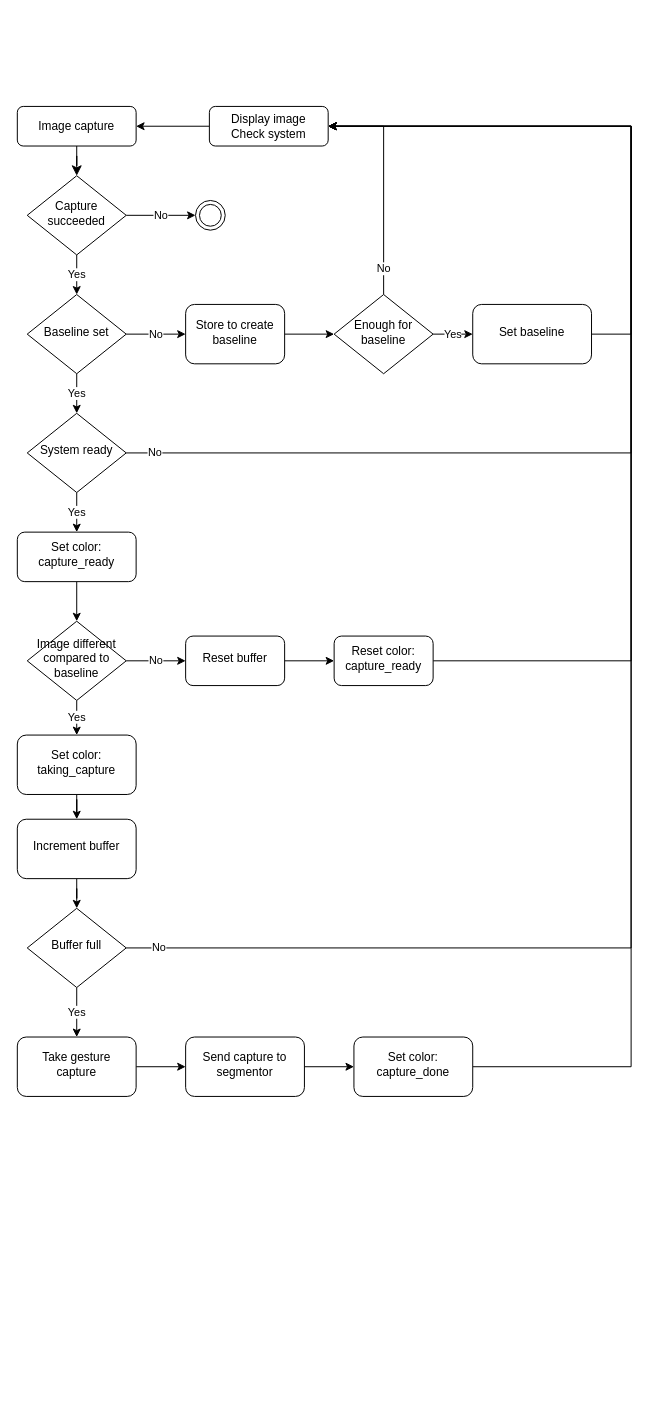
The draw.io diagram flow_diagram.drawio in GreatSharky/CoHSCI, before the edit. Source tidied: cells renumbered, new cells numbered last; positions are measured from the earlier drawing's top-left corner, leaving out a move shared by most shapes. Both pictures are drawn from the tidied source at 99%, with x=0, y=0 at pixel (17, 106).
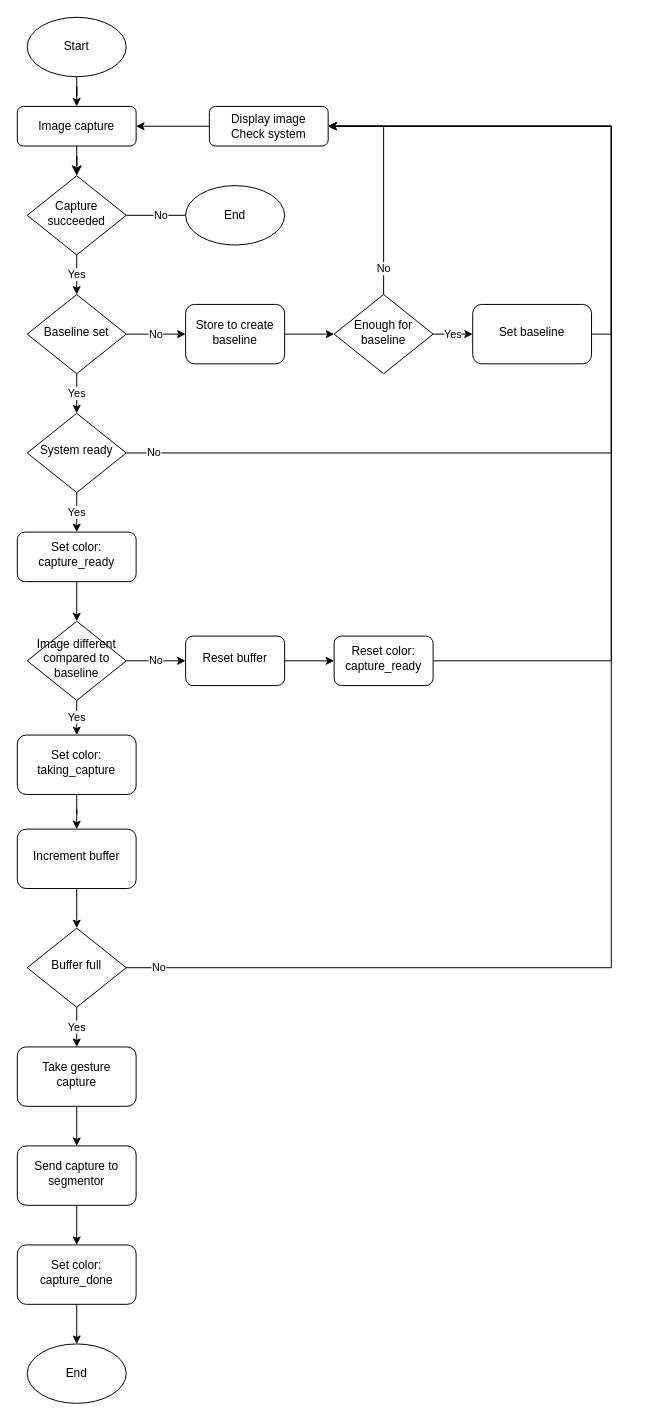
After the change.

The change refers to these unchanged cells:
```xml
<mxCell id="3" value="Image capture" style="rounded=1;whiteSpace=wrap;html=1;fontSize=12;glass=0;strokeWidth=1;shadow=0;" parent="1" vertex="1">
  <mxGeometry width="120" height="40" as="geometry" />
</mxCell>
<mxCell id="6" value="Capture succeeded" style="rhombus;whiteSpace=wrap;html=1;shadow=0;fontFamily=Helvetica;fontSize=12;align=center;strokeWidth=1;spacing=6;spacingTop=-4;" parent="1" vertex="1">
  <mxGeometry x="10" y="70" width="100" height="80" as="geometry" />
</mxCell>
<mxCell id="16" value="Set baseline" style="rounded=1;whiteSpace=wrap;html=1;shadow=0;strokeWidth=1;spacing=6;spacingTop=-4;" parent="1" vertex="1">
  <mxGeometry x="460" y="200" width="120" height="60" as="geometry" />
</mxCell>
<mxCell id="24" value="Reset color: capture_ready" style="rounded=1;whiteSpace=wrap;html=1;shadow=0;strokeWidth=1;spacing=6;spacingTop=-4;" parent="1" vertex="1">
  <mxGeometry x="320" y="535" width="100" height="50" as="geometry" />
</mxCell>
<mxCell id="41" value="Display image&lt;div&gt;Check system&lt;/div&gt;" style="rounded=1;whiteSpace=wrap;html=1;fontSize=12;glass=0;strokeWidth=1;shadow=0;" parent="1" vertex="1">
  <mxGeometry x="194" width="120" height="40" as="geometry" />
</mxCell>
<mxCell id="44" value="System ready" style="rhombus;whiteSpace=wrap;html=1;shadow=0;fontFamily=Helvetica;fontSize=12;align=center;strokeWidth=1;spacing=6;spacingTop=-4;" parent="1" vertex="1">
  <mxGeometry x="10" y="310" width="100" height="80" as="geometry" />
</mxCell>
```

Diff of the diagram source:
```diff
@@
-    <mxCell id="4" value="No" style="edgeStyle=orthogonalEdgeStyle;rounded=0;jettySize=auto;html=1;" parent="1" edge="1" source="6" target="22">
-      <mxGeometry relative="1" as="geometry" />
+    <mxCell id="4" value="No" style="edgeStyle=orthogonalEdgeStyle;rounded=0;jettySize=auto;html=1;" parent="1" edge="1" source="6">
+      <mxGeometry relative="1" as="geometry">
+        <mxPoint x="180" y="110" as="targetPoint" />
+      </mxGeometry>
     </mxCell>
@@
     <mxCell id="15" style="edgeStyle=orthogonalEdgeStyle;rounded=0;jettySize=auto;html=1;" parent="1" edge="1" source="16" target="41">
       <mxGeometry relative="1" as="geometry">
         <Array as="points">
-          <mxPoint x="620" y="230" />
-          <mxPoint x="620" y="20" />
+          <mxPoint x="600" y="230" />
+          <mxPoint x="600" y="20" />
         </Array>
       </mxGeometry>
     </mxCell>
@@
-    <mxCell id="22" style="ellipse;shape=doubleEllipse;whiteSpace=wrap;html=1;fillColor=none;" parent="1" vertex="1">
-      <mxGeometry x="180" y="95" width="30" height="30" as="geometry" />
-    </mxCell>
     <mxCell id="23" style="edgeStyle=orthogonalEdgeStyle;rounded=0;jettySize=auto;html=1;" parent="1" edge="1" source="24" target="41">
       <mxGeometry relative="1" as="geometry">
         <Array as="points">
-          <mxPoint x="620" y="560" />
-          <mxPoint x="620" y="20" />
+          <mxPoint x="600" y="560" />
+          <mxPoint x="600" y="20" />
         </Array>
       </mxGeometry>
     </mxCell>
@@
     <mxCell id="30" value="Increment buffer" style="rounded=1;whiteSpace=wrap;html=1;shadow=0;strokeWidth=1;spacing=6;spacingTop=-4;" parent="1" vertex="1">
-      <mxGeometry y="720" width="120" height="60" as="geometry" />
+      <mxGeometry y="730" width="120" height="60" as="geometry" />
     </mxCell>
     <mxCell id="31" value="No" style="edgeStyle=orthogonalEdgeStyle;rounded=0;jettySize=auto;html=1;" parent="1" edge="1" source="33" target="41">
       <mxGeometry x="-0.96" relative="1" as="geometry">
         <Array as="points">
-          <mxPoint x="620" y="850" />
-          <mxPoint x="620" y="20" />
+          <mxPoint x="600" y="870" />
+          <mxPoint x="600" y="20" />
         </Array>
       </mxGeometry>
     </mxCell>
@@
     <mxCell id="33" value="Buffer full" style="rhombus;whiteSpace=wrap;html=1;shadow=0;fontFamily=Helvetica;fontSize=12;align=center;strokeWidth=1;spacing=6;spacingTop=-4;" parent="1" vertex="1">
-      <mxGeometry x="10" y="810" width="100" height="80" as="geometry" />
+      <mxGeometry x="10" y="830" width="100" height="80" as="geometry" />
     </mxCell>
@@
     <mxCell id="35" value="Take gesture capture" style="rounded=1;whiteSpace=wrap;html=1;shadow=0;strokeWidth=1;spacing=6;spacingTop=-4;" parent="1" vertex="1">
-      <mxGeometry y="940" width="120" height="60" as="geometry" />
+      <mxGeometry y="950" width="120" height="60" as="geometry" />
     </mxCell>
@@
     <mxCell id="37" value="Send capture to segmentor" style="rounded=1;whiteSpace=wrap;html=1;shadow=0;strokeWidth=1;spacing=6;spacingTop=-4;" parent="1" vertex="1">
-      <mxGeometry x="170" y="940" width="120" height="60" as="geometry" />
+      <mxGeometry y="1050" width="120" height="60" as="geometry" />
     </mxCell>
-    <mxCell id="38" style="edgeStyle=orthogonalEdgeStyle;rounded=0;jettySize=auto;html=1;" parent="1" edge="1" source="39" target="41">
-      <mxGeometry relative="1" as="geometry">
-        <Array as="points">
-          <mxPoint x="620" y="970" />
-          <mxPoint x="620" y="20" />
-        </Array>
-      </mxGeometry>
-    </mxCell>
+    <mxCell id="45" style="edgeStyle=orthogonalEdgeStyle;rounded=0;jettySize=auto;html=1;" parent="1" edge="1" source="39" target="49">
+      <mxGeometry relative="1" as="geometry" />
+    </mxCell>
     <mxCell id="39" value="Set color: capture_done" style="rounded=1;whiteSpace=wrap;html=1;shadow=0;strokeWidth=1;spacing=6;spacingTop=-4;" parent="1" vertex="1">
-      <mxGeometry x="340" y="940" width="120" height="60" as="geometry" />
+      <mxGeometry y="1150" width="120" height="60" as="geometry" />
     </mxCell>
@@
     <mxCell id="43" value="No" style="edgeStyle=orthogonalEdgeStyle;rounded=0;jettySize=auto;html=1;" parent="1" edge="1" source="44" target="41">
       <mxGeometry x="-0.95" relative="1" as="geometry">
         <Array as="points">
-          <mxPoint x="620" y="350" />
-          <mxPoint x="620" y="20" />
+          <mxPoint x="600" y="350" />
+          <mxPoint x="600" y="20" />
         </Array>
       </mxGeometry>
     </mxCell>
@@
+    <mxCell id="46" style="edgeStyle=orthogonalEdgeStyle;rounded=0;jettySize=auto;html=1;" parent="1" edge="1" source="47" target="3">
+      <mxGeometry relative="1" as="geometry" />
+    </mxCell>
+    <mxCell id="47" value="Start" style="ellipse;whiteSpace=wrap;html=1;" parent="1" vertex="1">
+      <mxGeometry x="10" y="-90" width="100" height="60" as="geometry" />
+    </mxCell>
+    <mxCell id="48" value="End" style="ellipse;whiteSpace=wrap;html=1;" parent="1" vertex="1">
+      <mxGeometry x="170" y="80" width="100" height="60" as="geometry" />
+    </mxCell>
+    <mxCell id="49" value="End" style="ellipse;whiteSpace=wrap;html=1;" parent="1" vertex="1">
+      <mxGeometry x="10" y="1250" width="100" height="60" as="geometry" />
+    </mxCell>
```
